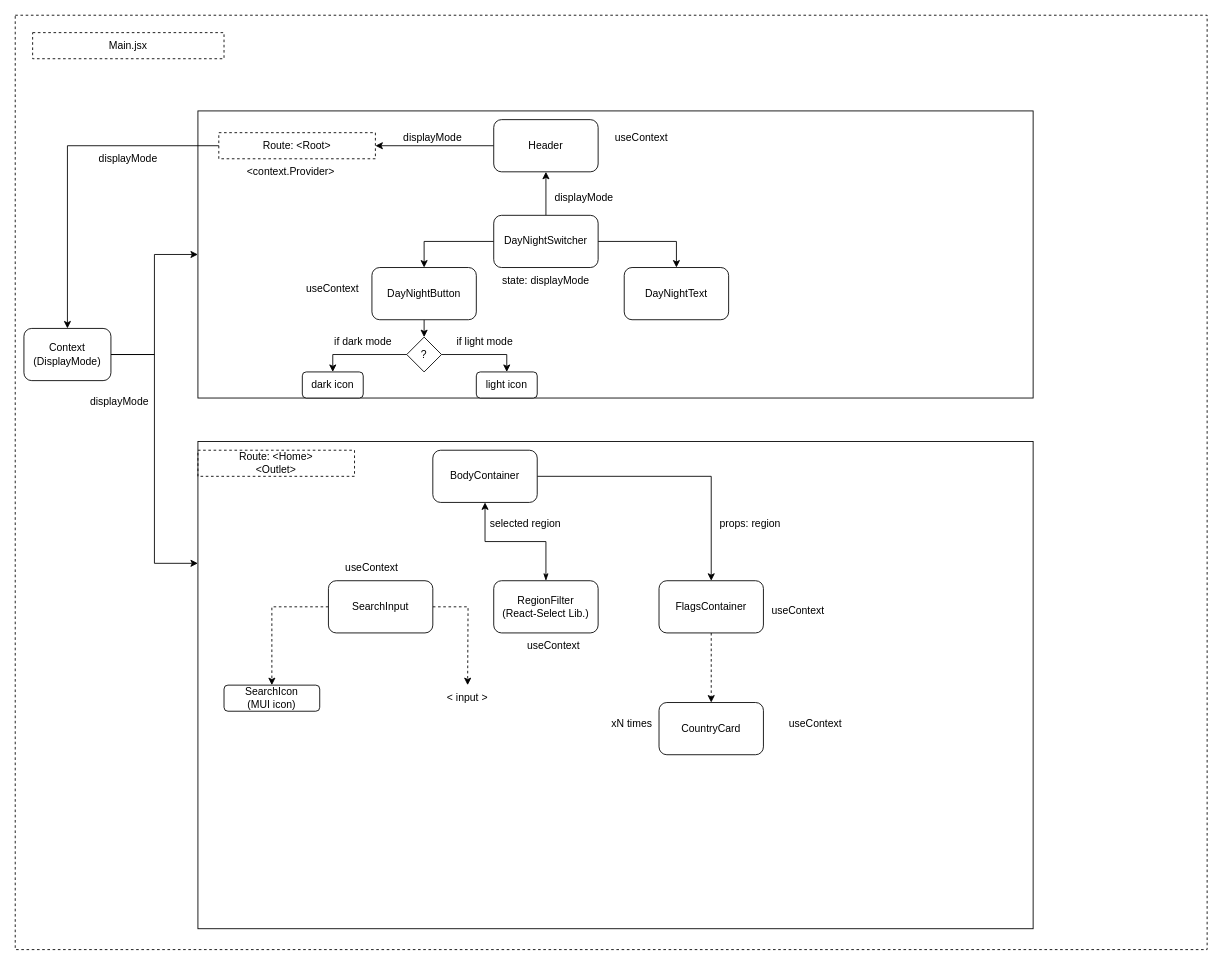
Before: comp_architecture.drawio in aisiklar/REST_Countries_API_Project, a draw.io diagram. Source tidied: cells renumbered, new cells numbered last; positions are measured from the earlier drawing's top-left corner, leaving out a move shared by most shapes. Both pictures are drawn from the tidied source at 87%, with x=0, y=0 at pixel (15, 15).
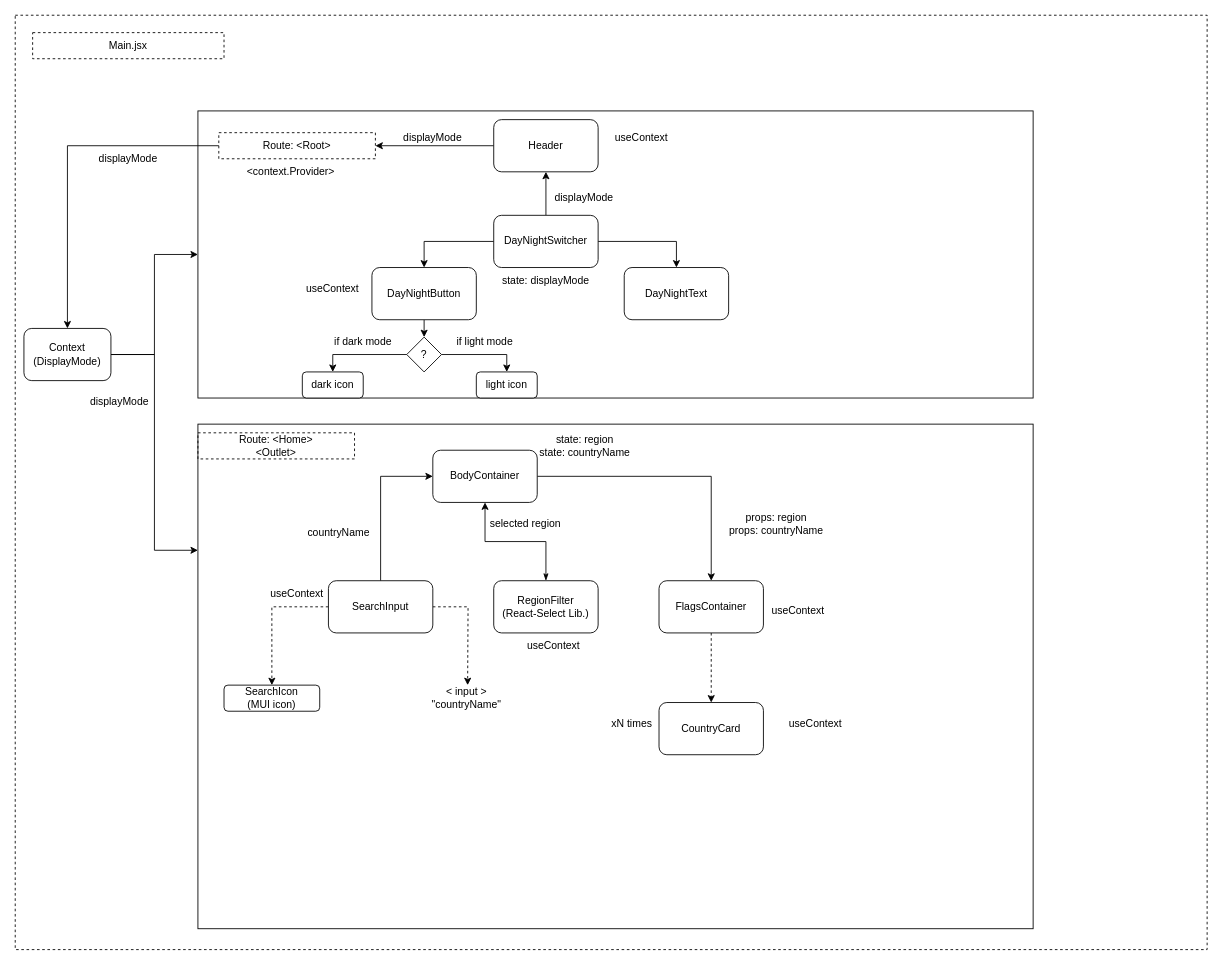
The same diagram, later.

Commit message (it also covers changes not shown here):
solved the filtering problem. Merge with main

The change refers to these unchanged cells:
```xml
<mxCell id="6" value="BodyContainer" style="rounded=1;whiteSpace=wrap;html=1;" parent="1" vertex="1">
  <mxGeometry x="480" y="500" width="120" height="60" as="geometry" />
</mxCell>
<mxCell id="9" value="SearchInput" style="rounded=1;whiteSpace=wrap;html=1;" parent="1" vertex="1">
  <mxGeometry x="360" y="650" width="120" height="60" as="geometry" />
</mxCell>
```

What changed in the source:
```diff
@@
     <mxCell id="4" style="rounded=0;whiteSpace=wrap;html=1;" parent="1" vertex="1">
-      <mxGeometry x="210" y="490" width="960" height="560" as="geometry" />
+      <mxGeometry x="210" y="470" width="960" height="580" as="geometry" />
     </mxCell>
@@
+    <mxCell id="55" style="edgeStyle=orthogonalEdgeStyle;rounded=0;jettySize=auto;html=1;entryX=0;entryY=0.5;entryDx=0;entryDy=0;" parent="1" edge="1" source="9" target="6">
+      <mxGeometry relative="1" as="geometry" />
+    </mxCell>
@@
     <mxCell id="16" value="Route: &amp;lt;Home&amp;gt;&lt;br&gt;&amp;lt;Outlet&amp;gt;" style="text;html=1;strokeColor=default;fillColor=none;align=center;verticalAlign=middle;whiteSpace=wrap;rounded=0;dashed=1;" parent="1" vertex="1">
-      <mxGeometry x="210" y="500" width="180" height="30" as="geometry" />
+      <mxGeometry x="210" y="480" width="180" height="30" as="geometry" />
     </mxCell>
@@
-    <mxCell id="39" value="props: region" style="text;html=1;strokeColor=none;fillColor=none;align=center;verticalAlign=middle;whiteSpace=wrap;rounded=0;" parent="1" vertex="1">
-      <mxGeometry x="790" y="570" width="110" height="30" as="geometry" />
+    <mxCell id="39" value="props: region&lt;br&gt;props: countryName" style="text;html=1;strokeColor=none;fillColor=none;align=center;verticalAlign=middle;whiteSpace=wrap;rounded=0;" parent="1" vertex="1">
+      <mxGeometry x="790" y="570" width="170" height="30" as="geometry" />
     </mxCell>
-    <mxCell id="40" value="&amp;lt; input &amp;gt;" style="text;html=1;strokeColor=none;fillColor=none;align=center;verticalAlign=middle;whiteSpace=wrap;rounded=0;" parent="1" vertex="1">
-      <mxGeometry x="460" y="770" width="120" height="30" as="geometry" />
+    <mxCell id="40" value="&amp;lt; input &amp;gt;&lt;br&gt;&quot;countryName&quot;" style="text;html=1;strokeColor=none;fillColor=none;align=center;verticalAlign=middle;whiteSpace=wrap;rounded=0;" parent="1" vertex="1">
+      <mxGeometry x="459" y="770" width="120" height="30" as="geometry" />
     </mxCell>
@@
     <mxCell id="51" value="useContext" style="text;html=1;strokeColor=none;fillColor=none;align=center;verticalAlign=middle;whiteSpace=wrap;rounded=0;" parent="1" vertex="1">
-      <mxGeometry x="350" y="620" width="120" height="30" as="geometry" />
+      <mxGeometry x="264" y="650" width="120" height="30" as="geometry" />
     </mxCell>
@@
+    <mxCell id="56" value="countryName" style="text;html=1;strokeColor=none;fillColor=none;align=center;verticalAlign=middle;whiteSpace=wrap;rounded=0;" parent="1" vertex="1">
+      <mxGeometry x="317" y="580" width="110" height="30" as="geometry" />
+    </mxCell>
+    <mxCell id="57" value="state: region&lt;br&gt;state: countryName" style="text;html=1;strokeColor=none;fillColor=none;align=center;verticalAlign=middle;whiteSpace=wrap;rounded=0;" parent="1" vertex="1">
+      <mxGeometry x="600" y="480" width="110" height="30" as="geometry" />
+    </mxCell>
```
